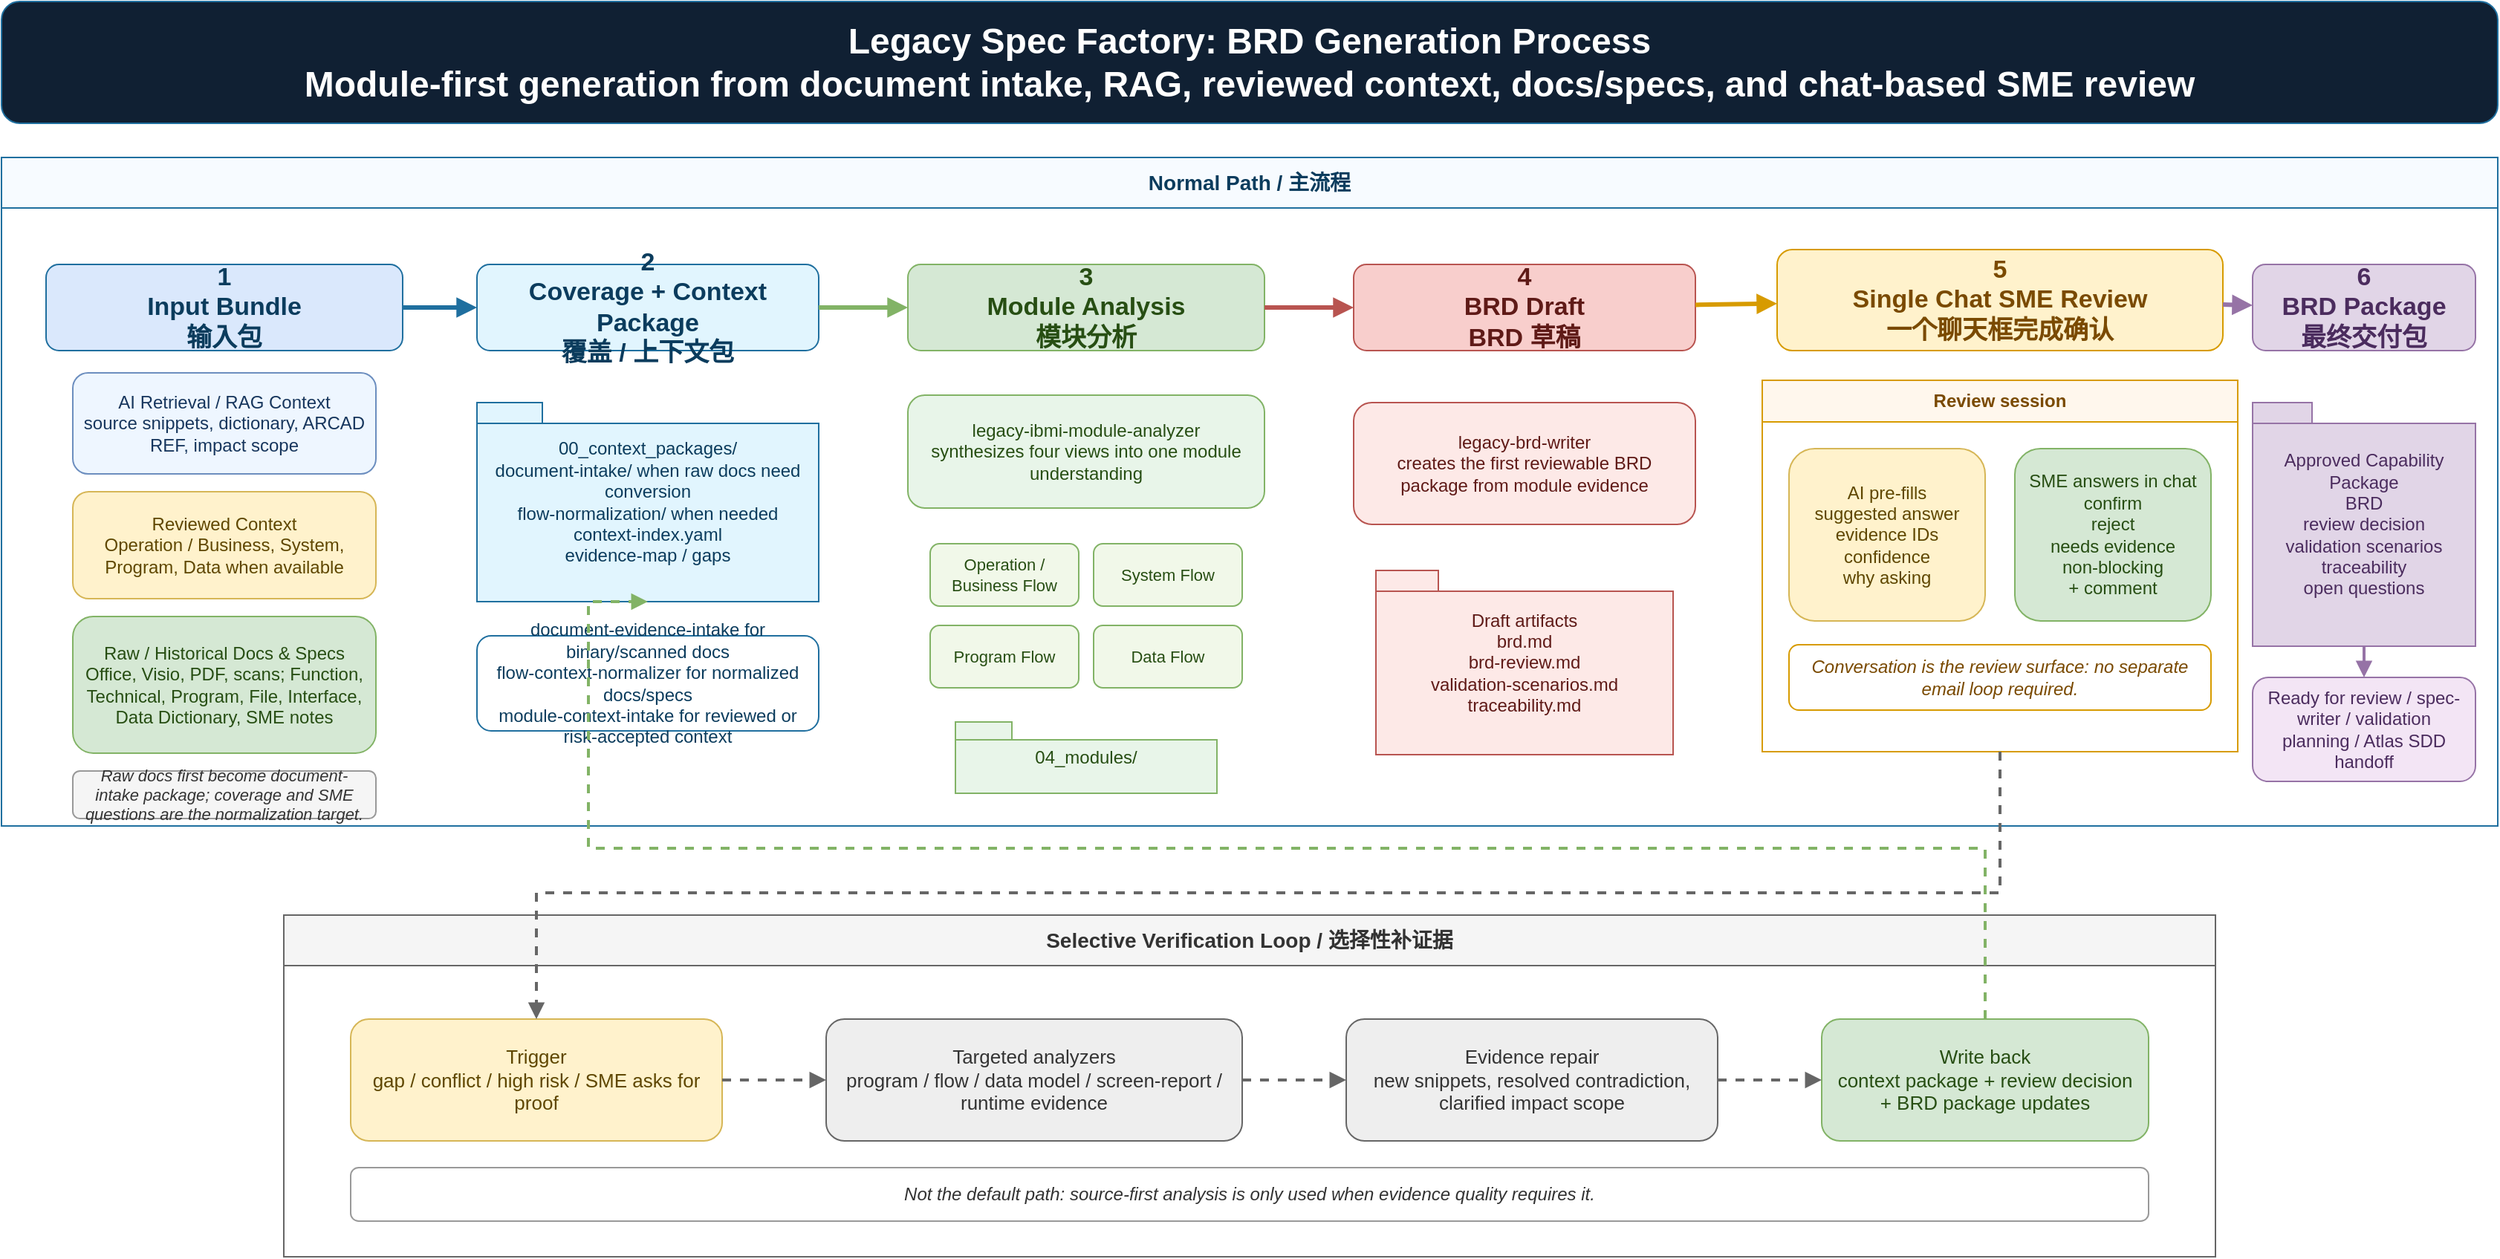
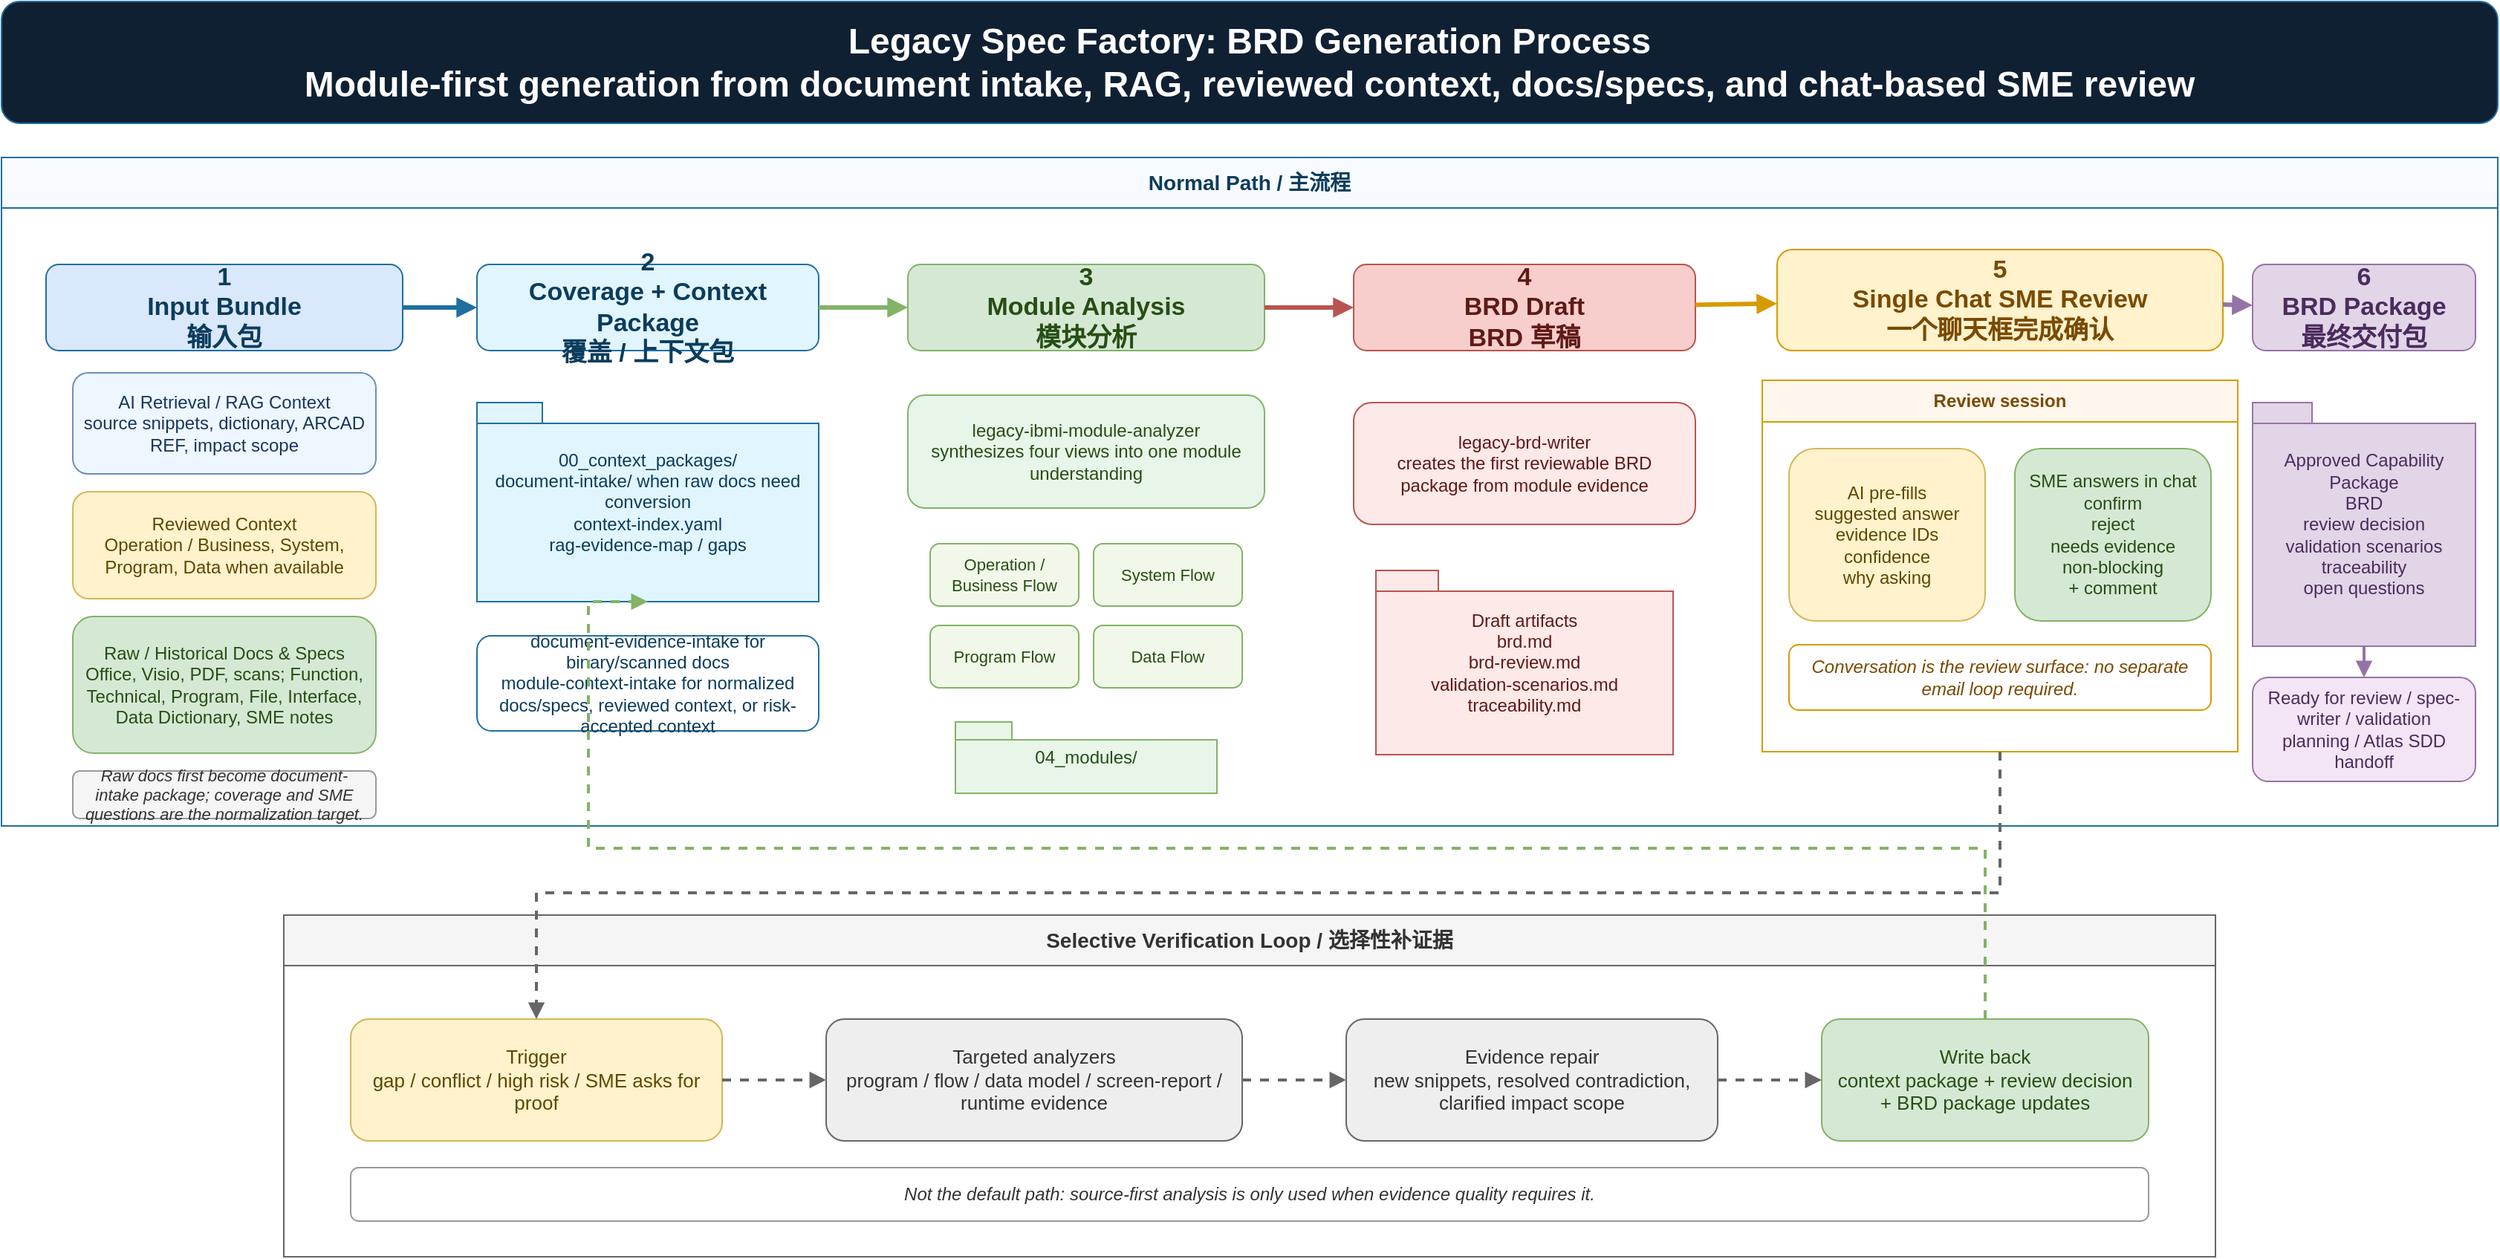
<?xml version="1.0" encoding="UTF-8"?>
<mxfile host="app.diagrams.net" version="30.0.2">
  <diagram id="brd-generation-process" name="BRD Generation Process">
    <mxGraphModel dx="1760" dy="980" grid="1" gridSize="10" guides="1" tooltips="1" connect="1" arrows="1" fold="1" page="1" pageScale="1" pageWidth="1760" pageHeight="980" math="0" shadow="0">
      <root>
        <mxCell id="0" />
        <mxCell id="1" parent="0" />

        <mxCell id="2" value="Legacy Spec Factory: BRD Generation Process&#xa;Module-first generation from document intake, RAG, reviewed context, docs/specs, and chat-based SME review" style="rounded=1;whiteSpace=wrap;html=1;fillColor=#102033;strokeColor=#1f6f9f;fontColor=#ffffff;fontSize=24;fontStyle=1;spacing=14;" vertex="1" parent="1">
          <mxGeometry x="40" y="20" width="1680" height="82" as="geometry" />
        </mxCell>

        <mxCell id="3" value="Normal Path / 主流程" style="swimlane;html=1;whiteSpace=wrap;startSize=34;fillColor=#f7fbff;strokeColor=#1f6f9f;fontColor=#0b3c5d;fontStyle=1;fontSize=14;" vertex="1" parent="1">
          <mxGeometry x="40" y="125" width="1680" height="450" as="geometry" />
        </mxCell>

        <mxCell id="10" value="1&#xa;Input Bundle&#xa;输入包" style="rounded=1;whiteSpace=wrap;html=1;fillColor=#dae8fc;strokeColor=#1f6f9f;fontColor=#0b3c5d;fontStyle=1;fontSize=17;spacing=10;" vertex="1" parent="3">
          <mxGeometry x="30" y="72" width="240" height="58" as="geometry" />
        </mxCell>
        <mxCell id="11" value="AI Retrieval / RAG Context&#xa;source snippets, dictionary, ARCAD REF, impact scope" style="rounded=1;whiteSpace=wrap;html=1;fillColor=#eef6ff;strokeColor=#6c8ebf;fontColor=#17365d;fontSize=12;spacing=8;" vertex="1" parent="3">
          <mxGeometry x="48" y="145" width="204" height="68" as="geometry" />
        </mxCell>
        <mxCell id="12" value="Reviewed Context&#xa;Operation / Business, System, Program, Data when available" style="rounded=1;whiteSpace=wrap;html=1;fillColor=#fff2cc;strokeColor=#d6b656;fontColor=#5f4700;fontSize=12;spacing=8;" vertex="1" parent="3">
          <mxGeometry x="48" y="225" width="204" height="72" as="geometry" />
        </mxCell>
        <mxCell id="13" value="Raw / Historical Docs &amp; Specs&#xa;Office, Visio, PDF, scans; Function, Technical, Program, File, Interface, Data Dictionary, SME notes" style="rounded=1;whiteSpace=wrap;html=1;fillColor=#d5e8d4;strokeColor=#82b366;fontColor=#274e13;fontSize=12;spacing=8;" vertex="1" parent="3">
          <mxGeometry x="48" y="309" width="204" height="92" as="geometry" />
        </mxCell>
        <mxCell id="14" value="Raw docs first become document-intake package; coverage and SME questions are the normalization target." style="rounded=1;whiteSpace=wrap;html=1;fillColor=#f5f5f5;strokeColor=#999999;fontColor=#333333;fontSize=11;fontStyle=2;spacing=8;" vertex="1" parent="3">
          <mxGeometry x="48" y="413" width="204" height="32" as="geometry" />
        </mxCell>

        <mxCell id="20" value="2&#xa;Coverage + Context Package&#xa;覆盖 / 上下文包" style="rounded=1;whiteSpace=wrap;html=1;fillColor=#e1f5fe;strokeColor=#1f6f9f;fontColor=#0b3c5d;fontStyle=1;fontSize=17;spacing=10;" vertex="1" parent="3">
          <mxGeometry x="320" y="72" width="230" height="58" as="geometry" />
        </mxCell>
-         <mxCell id="21" value="00_context_packages/&lt;MODULE&gt;&#xa;document-intake/ when raw docs need conversion&#xa;flow-normalization/ when needed&#xa;context-index.yaml&#xa;evidence-map / gaps" style="shape=folder;tabWidth=44;tabHeight=14;tabPosition=left;html=1;whiteSpace=wrap;fillColor=#e1f5fe;strokeColor=#1f6f9f;fontColor=#0b3c5d;fontSize=12;spacing=8;" vertex="1" parent="3">
+         <mxCell id="21" value="00_context_packages/&lt;MODULE&gt;&#xa;document-intake/ when raw docs need conversion&#xa;context-index.yaml&#xa;rag-evidence-map / gaps" style="shape=folder;tabWidth=44;tabHeight=14;tabPosition=left;html=1;whiteSpace=wrap;fillColor=#e1f5fe;strokeColor=#1f6f9f;fontColor=#0b3c5d;fontSize=12;spacing=8;" vertex="1" parent="3">
          <mxGeometry x="320" y="165" width="230" height="134" as="geometry" />
        </mxCell>
-         <mxCell id="22" value="document-evidence-intake for binary/scanned docs&#xa;flow-context-normalizer for normalized docs/specs&#xa;module-context-intake for reviewed or risk-accepted context" style="rounded=1;whiteSpace=wrap;html=1;fillColor=#ffffff;strokeColor=#1f6f9f;fontColor=#0b3c5d;fontSize=12;spacing=8;" vertex="1" parent="3">
+         <mxCell id="22" value="document-evidence-intake for binary/scanned docs&#xa;module-context-intake for normalized docs/specs, reviewed context, or risk-accepted context" style="rounded=1;whiteSpace=wrap;html=1;fillColor=#ffffff;strokeColor=#1f6f9f;fontColor=#0b3c5d;fontSize=12;spacing=8;" vertex="1" parent="3">
          <mxGeometry x="320" y="322" width="230" height="64" as="geometry" />
        </mxCell>

        <mxCell id="30" value="3&#xa;Module Analysis&#xa;模块分析" style="rounded=1;whiteSpace=wrap;html=1;fillColor=#d5e8d4;strokeColor=#82b366;fontColor=#274e13;fontStyle=1;fontSize=17;spacing=10;" vertex="1" parent="3">
          <mxGeometry x="610" y="72" width="240" height="58" as="geometry" />
        </mxCell>
        <mxCell id="31" value="legacy-ibmi-module-analyzer&#xa;synthesizes four views into one module understanding" style="rounded=1;whiteSpace=wrap;html=1;fillColor=#e8f5e9;strokeColor=#82b366;fontColor=#274e13;fontSize=12;spacing=8;" vertex="1" parent="3">
          <mxGeometry x="610" y="160" width="240" height="76" as="geometry" />
        </mxCell>
        <mxCell id="32" value="Operation / Business Flow" style="rounded=1;whiteSpace=wrap;html=1;fillColor=#f1f8e9;strokeColor=#82b366;fontColor=#274e13;fontSize=11;" vertex="1" parent="3">
          <mxGeometry x="625" y="260" width="100" height="42" as="geometry" />
        </mxCell>
        <mxCell id="33" value="System Flow" style="rounded=1;whiteSpace=wrap;html=1;fillColor=#f1f8e9;strokeColor=#82b366;fontColor=#274e13;fontSize=11;" vertex="1" parent="3">
          <mxGeometry x="735" y="260" width="100" height="42" as="geometry" />
        </mxCell>
        <mxCell id="34" value="Program Flow" style="rounded=1;whiteSpace=wrap;html=1;fillColor=#f1f8e9;strokeColor=#82b366;fontColor=#274e13;fontSize=11;" vertex="1" parent="3">
          <mxGeometry x="625" y="315" width="100" height="42" as="geometry" />
        </mxCell>
        <mxCell id="35" value="Data Flow" style="rounded=1;whiteSpace=wrap;html=1;fillColor=#f1f8e9;strokeColor=#82b366;fontColor=#274e13;fontSize=11;" vertex="1" parent="3">
          <mxGeometry x="735" y="315" width="100" height="42" as="geometry" />
        </mxCell>
        <mxCell id="36" value="04_modules/&lt;MODULE&gt;" style="shape=folder;tabWidth=38;tabHeight=12;tabPosition=left;html=1;whiteSpace=wrap;fillColor=#e8f5e9;strokeColor=#82b366;fontColor=#274e13;fontSize=12;spacing=8;" vertex="1" parent="3">
          <mxGeometry x="642" y="380" width="176" height="48" as="geometry" />
        </mxCell>

        <mxCell id="40" value="4&#xa;BRD Draft&#xa;BRD 草稿" style="rounded=1;whiteSpace=wrap;html=1;fillColor=#f8cecc;strokeColor=#b85450;fontColor=#5f1a17;fontStyle=1;fontSize=17;spacing=10;" vertex="1" parent="3">
          <mxGeometry x="910" y="72" width="230" height="58" as="geometry" />
        </mxCell>
        <mxCell id="41" value="legacy-brd-writer&#xa;creates the first reviewable BRD package from module evidence" style="rounded=1;whiteSpace=wrap;html=1;fillColor=#fde9e7;strokeColor=#b85450;fontColor=#5f1a17;fontSize=12;spacing=8;" vertex="1" parent="3">
          <mxGeometry x="910" y="165" width="230" height="82" as="geometry" />
        </mxCell>
        <mxCell id="42" value="Draft artifacts&#xa;brd.md&#xa;brd-review.md&#xa;validation-scenarios.md&#xa;traceability.md" style="shape=folder;tabWidth=42;tabHeight=14;tabPosition=left;html=1;whiteSpace=wrap;fillColor=#fde9e7;strokeColor=#b85450;fontColor=#5f1a17;fontSize=12;spacing=8;" vertex="1" parent="3">
          <mxGeometry x="925" y="278" width="200" height="124" as="geometry" />
        </mxCell>

        <mxCell id="50" value="5&#xa;Single Chat SME Review&#xa;一个聊天框完成确认" style="rounded=1;whiteSpace=wrap;html=1;fillColor=#fff2cc;strokeColor=#d79b00;fontColor=#7a4a00;fontStyle=1;fontSize=17;spacing=10;" vertex="1" parent="3">
          <mxGeometry x="1195" y="62" width="300" height="68" as="geometry" />
        </mxCell>
        <mxCell id="51" value="Review session" style="swimlane;html=1;whiteSpace=wrap;startSize=28;fillColor=#fff7ed;strokeColor=#d79b00;fontColor=#7a4a00;fontStyle=1;fontSize=12;" vertex="1" parent="3">
          <mxGeometry x="1185" y="150" width="320" height="250" as="geometry" />
        </mxCell>
        <mxCell id="52" value="AI pre-fills&#xa;suggested answer&#xa;evidence IDs&#xa;confidence&#xa;why asking" style="rounded=1;whiteSpace=wrap;html=1;fillColor=#fff2cc;strokeColor=#d6b656;fontColor=#5f4700;fontSize=12;spacing=8;" vertex="1" parent="51">
          <mxGeometry x="18" y="46" width="132" height="116" as="geometry" />
        </mxCell>
        <mxCell id="53" value="SME answers in chat&#xa;confirm&#xa;reject&#xa;needs evidence&#xa;non-blocking&#xa;+ comment" style="rounded=1;whiteSpace=wrap;html=1;fillColor=#d5e8d4;strokeColor=#82b366;fontColor=#274e13;fontSize=12;spacing=8;" vertex="1" parent="51">
          <mxGeometry x="170" y="46" width="132" height="116" as="geometry" />
        </mxCell>
        <mxCell id="54" value="Conversation is the review surface: no separate email loop required." style="rounded=1;whiteSpace=wrap;html=1;fillColor=#ffffff;strokeColor=#d79b00;fontColor=#7a4a00;fontSize=12;fontStyle=2;spacing=8;" vertex="1" parent="51">
          <mxGeometry x="18" y="178" width="284" height="44" as="geometry" />
        </mxCell>

        <mxCell id="60" value="6&#xa;BRD Package&#xa;最终交付包" style="rounded=1;whiteSpace=wrap;html=1;fillColor=#e1d5e7;strokeColor=#9673a6;fontColor=#4b2c5e;fontStyle=1;fontSize=17;spacing=10;" vertex="1" parent="3">
          <mxGeometry x="1515" y="72" width="150" height="58" as="geometry" />
        </mxCell>
        <mxCell id="61" value="Approved Capability Package&#xa;BRD&#xa;review decision&#xa;validation scenarios&#xa;traceability&#xa;open questions" style="shape=folder;tabWidth=40;tabHeight=14;tabPosition=left;html=1;whiteSpace=wrap;fillColor=#e1d5e7;strokeColor=#9673a6;fontColor=#4b2c5e;fontSize=12;spacing=8;" vertex="1" parent="3">
          <mxGeometry x="1515" y="165" width="150" height="164" as="geometry" />
        </mxCell>
        <mxCell id="62" value="Ready for review / spec-writer / validation planning / Atlas SDD handoff" style="rounded=1;whiteSpace=wrap;html=1;fillColor=#f3e5f5;strokeColor=#9673a6;fontColor=#4b2c5e;fontSize=12;spacing=8;" vertex="1" parent="3">
          <mxGeometry x="1515" y="350" width="150" height="70" as="geometry" />
        </mxCell>

        <mxCell id="70" value="" style="endArrow=block;html=1;rounded=0;strokeColor=#1f6f9f;strokeWidth=3;" edge="1" parent="3" source="10" target="20">
          <mxGeometry relative="1" as="geometry" />
        </mxCell>
        <mxCell id="71" value="" style="endArrow=block;html=1;rounded=0;strokeColor=#82b366;strokeWidth=3;" edge="1" parent="3" source="20" target="30">
          <mxGeometry relative="1" as="geometry" />
        </mxCell>
        <mxCell id="72" value="" style="endArrow=block;html=1;rounded=0;strokeColor=#b85450;strokeWidth=3;" edge="1" parent="3" source="30" target="40">
          <mxGeometry relative="1" as="geometry" />
        </mxCell>
        <mxCell id="73" value="" style="endArrow=block;html=1;rounded=0;strokeColor=#d79b00;strokeWidth=3;fontColor=#7a4a00;" edge="1" parent="3" source="40" target="50">
          <mxGeometry relative="1" as="geometry" />
        </mxCell>
        <mxCell id="74" value="" style="endArrow=block;html=1;rounded=0;strokeColor=#9673a6;strokeWidth=3;fontColor=#4b2c5e;" edge="1" parent="3" source="50" target="60">
          <mxGeometry relative="1" as="geometry" />
        </mxCell>
        <mxCell id="75" value="" style="endArrow=block;html=1;rounded=0;strokeColor=#9673a6;strokeWidth=2;" edge="1" parent="3" source="61" target="62">
          <mxGeometry relative="1" as="geometry" />
        </mxCell>

        <mxCell id="80" value="Selective Verification Loop / 选择性补证据" style="swimlane;html=1;whiteSpace=wrap;startSize=34;fillColor=#f5f5f5;strokeColor=#666666;fontColor=#333333;fontStyle=1;fontSize=14;" vertex="1" parent="1">
          <mxGeometry x="230" y="635" width="1300" height="230" as="geometry" />
        </mxCell>
        <mxCell id="81" value="Trigger&#xa;gap / conflict / high risk / SME asks for proof" style="rounded=1;whiteSpace=wrap;html=1;fillColor=#fff2cc;strokeColor=#d6b656;fontColor=#5f4700;fontSize=13;spacing=8;" vertex="1" parent="80">
          <mxGeometry x="45" y="70" width="250" height="82" as="geometry" />
        </mxCell>
        <mxCell id="82" value="Targeted analyzers&#xa;program / flow / data model / screen-report / runtime evidence" style="rounded=1;whiteSpace=wrap;html=1;fillColor=#eeeeee;strokeColor=#666666;fontColor=#333333;fontSize=13;spacing=8;" vertex="1" parent="80">
          <mxGeometry x="365" y="70" width="280" height="82" as="geometry" />
        </mxCell>
        <mxCell id="83" value="Evidence repair&#xa;new snippets, resolved contradiction, clarified impact scope" style="rounded=1;whiteSpace=wrap;html=1;fillColor=#eeeeee;strokeColor=#666666;fontColor=#333333;fontSize=13;spacing=8;" vertex="1" parent="80">
          <mxGeometry x="715" y="70" width="250" height="82" as="geometry" />
        </mxCell>
        <mxCell id="84" value="Write back&#xa;context package + review decision + BRD package updates" style="rounded=1;whiteSpace=wrap;html=1;fillColor=#d5e8d4;strokeColor=#82b366;fontColor=#274e13;fontSize=13;spacing=8;" vertex="1" parent="80">
          <mxGeometry x="1035" y="70" width="220" height="82" as="geometry" />
        </mxCell>
        <mxCell id="85" value="Not the default path: source-first analysis is only used when evidence quality requires it." style="rounded=1;whiteSpace=wrap;html=1;fillColor=#ffffff;strokeColor=#999999;fontColor=#333333;fontSize=12;fontStyle=2;spacing=8;" vertex="1" parent="80">
          <mxGeometry x="45" y="170" width="1210" height="36" as="geometry" />
        </mxCell>

        <mxCell id="90" value="" style="endArrow=block;html=1;rounded=0;dashed=1;strokeColor=#666666;strokeWidth=2;" edge="1" parent="80" source="81" target="82">
          <mxGeometry relative="1" as="geometry" />
        </mxCell>
        <mxCell id="91" value="" style="endArrow=block;html=1;rounded=0;dashed=1;strokeColor=#666666;strokeWidth=2;" edge="1" parent="80" source="82" target="83">
          <mxGeometry relative="1" as="geometry" />
        </mxCell>
        <mxCell id="92" value="" style="endArrow=block;html=1;rounded=0;dashed=1;strokeColor=#666666;strokeWidth=2;" edge="1" parent="80" source="83" target="84">
          <mxGeometry relative="1" as="geometry" />
        </mxCell>
        <mxCell id="93" value="" style="edgeStyle=orthogonalEdgeStyle;endArrow=block;html=1;rounded=0;dashed=1;strokeColor=#666666;strokeWidth=2;fontColor=#333333;entryX=0.5;entryY=0;exitX=0.5;exitY=1;" edge="1" parent="1" source="51" target="81">
          <mxGeometry relative="1" as="geometry">
            <Array as="points">
              <mxPoint x="1385" y="620" />
              <mxPoint x="400" y="620" />
            </Array>
          </mxGeometry>
        </mxCell>
        <mxCell id="94" value="" style="edgeStyle=orthogonalEdgeStyle;endArrow=block;html=1;rounded=0;dashed=1;strokeColor=#82b366;strokeWidth=2;fontColor=#274e13;entryX=0.5;entryY=1;exitX=0.5;exitY=0;" edge="1" parent="1" source="84" target="21">
          <mxGeometry relative="1" as="geometry">
            <Array as="points">
              <mxPoint x="1375" y="590" />
              <mxPoint x="435" y="590" />
            </Array>
          </mxGeometry>
        </mxCell>
      </root>
    </mxGraphModel>
  </diagram>
</mxfile>
